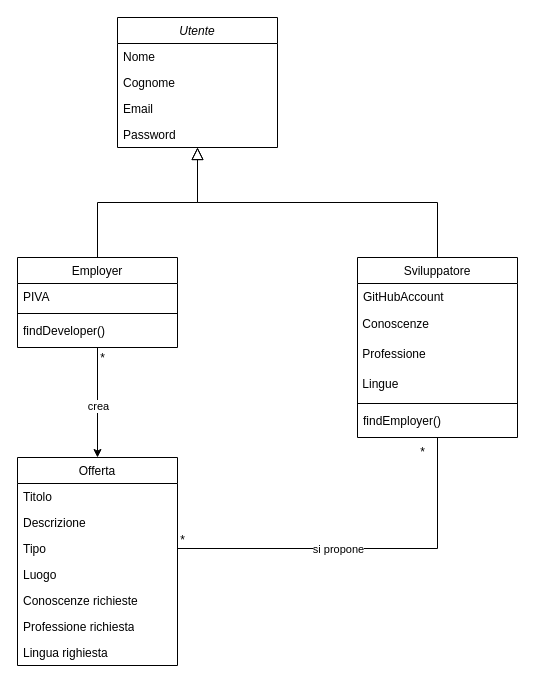
This is Documentazione/Requirement_Analysis_Document/Class_Diagrams/class_diagram_2.0.drawio from JacopoPassariello/TuringCareers, a draw.io file, before an edit. Source tidied: cells renumbered, new cells numbered last; positions are measured from the earlier drawing's top-left corner, leaving out a move shared by most shapes. Both pictures are drawn from the tidied source at 100%, with x=0, y=0 at pixel (17, 17).
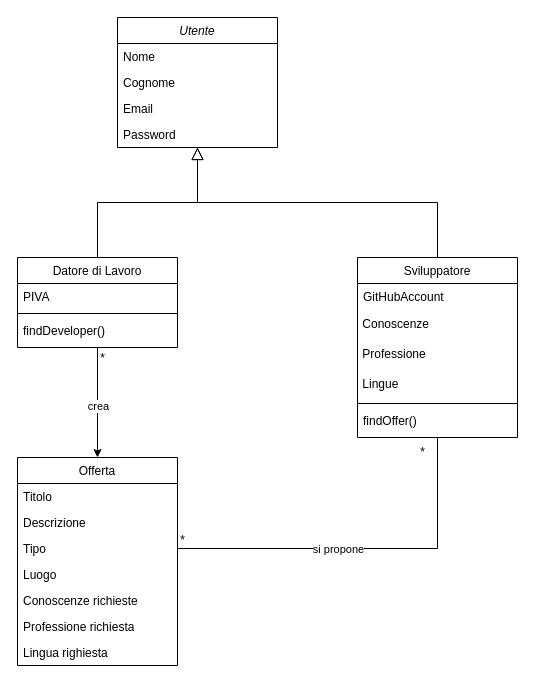
The same page after the edit.

Commit message (it also covers changes not shown here):
revisione class diagram

The change refers to these unchanged cells:
```xml
<mxCell id="16" value="Sviluppatore" style="swimlane;fontStyle=0;align=center;verticalAlign=top;horizontal=1;startSize=26;rounded=0;shadow=0;strokeWidth=1;" parent="1" vertex="1">
  <mxGeometry x="340" y="240" width="160" height="180" as="geometry" />
</mxCell>
```

Change to the diagram source:
```diff
@@
-    <mxCell id="9" value="Employer" style="swimlane;fontStyle=0;align=center;verticalAlign=top;horizontal=1;startSize=26;rounded=0;shadow=0;strokeWidth=1;" parent="1" vertex="1">
+    <mxCell id="9" value="Datore di Lavoro" style="swimlane;fontStyle=0;align=center;verticalAlign=top;horizontal=1;startSize=26;rounded=0;shadow=0;strokeWidth=1;" parent="1" vertex="1">
       <mxGeometry y="240" width="160" height="90" as="geometry" />
     </mxCell>
@@
-    <mxCell id="22" value="findEmployer()" style="text;align=left;verticalAlign=top;spacingLeft=4;spacingRight=4;overflow=hidden;" parent="16" vertex="1">
+    <mxCell id="22" value="findOffer()" style="text;align=left;verticalAlign=top;spacingLeft=4;spacingRight=4;overflow=hidden;" parent="16" vertex="1">
       <mxGeometry y="150" width="160" height="26" as="geometry" />
     </mxCell>
```
